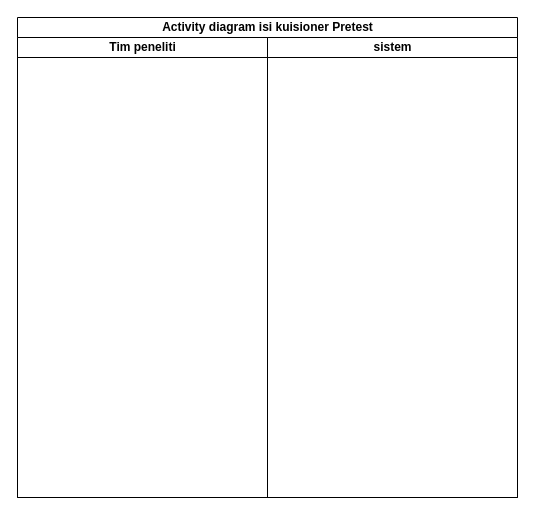
zzarr/Tugas-Akhir keeps this draw.io diagram as Activity_diagram_isi_pretest.drawio. Above is the earlier version. Source tidied: cells renumbered, new cells numbered last; positions are measured from the earlier drawing's top-left corner, leaving out a move shared by most shapes. Both pictures are drawn from the tidied source at 100%, with x=0, y=0 at pixel (17, 17).
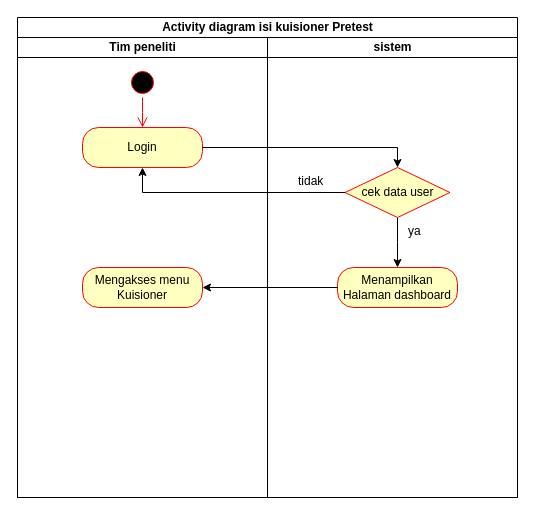
Above is the later version.

Diff of the diagram source:
```diff
@@
 <mxGraphModel>
   <root>
     <mxCell id="0" />
     <mxCell id="1" parent="0" />
     <mxCell id="2" value="Activity diagram isi kuisioner Pretest" style="swimlane;startSize=20;html=1;" parent="1" vertex="1">
       <mxGeometry width="500" height="480" as="geometry" />
     </mxCell>
     <mxCell id="3" value="Tim peneliti" style="swimlane;startSize=20;html=1;" parent="2" vertex="1">
       <mxGeometry y="20" width="250" height="460" as="geometry" />
     </mxCell>
+    <mxCell id="5" style="ellipse;html=1;shape=startState;fillColor=#000000;strokeColor=#ff0000;" parent="3" vertex="1">
+      <mxGeometry x="110" y="30" width="30" height="30" as="geometry" />
+    </mxCell>
+    <mxCell id="6" style="edgeStyle=orthogonalEdgeStyle;html=1;verticalAlign=bottom;endArrow=open;endSize=8;strokeColor=#ff0000;rounded=0;" parent="3" edge="1" source="5">
+      <mxGeometry relative="1" as="geometry">
+        <mxPoint x="125" y="90" as="targetPoint" />
+      </mxGeometry>
+    </mxCell>
+    <mxCell id="7" value="Login" style="rounded=1;whiteSpace=wrap;html=1;arcSize=40;fontColor=#000000;fillColor=#ffffc0;strokeColor=#ff0000;" parent="3" vertex="1">
+      <mxGeometry x="65" y="90" width="120" height="40" as="geometry" />
+    </mxCell>
+    <mxCell id="8" value="Mengakses menu Kuisioner" style="rounded=1;whiteSpace=wrap;html=1;arcSize=40;fontColor=#000000;fillColor=#ffffc0;strokeColor=#ff0000;" parent="3" vertex="1">
+      <mxGeometry x="65" y="230" width="120" height="40" as="geometry" />
+    </mxCell>
     <mxCell id="4" value="sistem" style="swimlane;startSize=20;html=1;" parent="2" vertex="1">
       <mxGeometry x="250" y="20" width="250" height="460" as="geometry" />
     </mxCell>
+    <mxCell id="9" style="edgeStyle=orthogonalEdgeStyle;rounded=0;jettySize=auto;html=1;exitX=0.5;exitY=1;exitDx=0;exitDy=0;" parent="4" edge="1" source="10">
+      <mxGeometry relative="1" as="geometry">
+        <mxPoint x="130" y="230" as="targetPoint" />
+      </mxGeometry>
+    </mxCell>
+    <mxCell id="10" value="cek data user" style="rhombus;whiteSpace=wrap;html=1;fontColor=#000000;fillColor=#ffffc0;strokeColor=#ff0000;" parent="4" vertex="1">
+      <mxGeometry x="77.5" y="130" width="105" height="50" as="geometry" />
+    </mxCell>
+    <mxCell id="11" value="ya" style="text;strokeColor=none;fillColor=none;spacingLeft=4;spacingRight=4;overflow=hidden;fontSize=12;whiteSpace=wrap;html=1;" parent="4" vertex="1">
+      <mxGeometry x="135" y="180" width="40" height="30" as="geometry" />
+    </mxCell>
+    <mxCell id="12" value="tidak" style="text;strokeColor=none;fillColor=none;spacingLeft=4;spacingRight=4;overflow=hidden;fontSize=12;whiteSpace=wrap;html=1;" parent="4" vertex="1">
+      <mxGeometry x="25" y="130" width="40" height="30" as="geometry" />
+    </mxCell>
+    <mxCell id="13" value="Menampilkan Halaman dashboard" style="rounded=1;whiteSpace=wrap;html=1;arcSize=40;fontColor=#000000;fillColor=#ffffc0;strokeColor=#ff0000;" parent="4" vertex="1">
+      <mxGeometry x="70" y="230" width="120" height="40" as="geometry" />
+    </mxCell>
+    <mxCell id="14" style="edgeStyle=orthogonalEdgeStyle;rounded=0;jettySize=auto;html=1;exitX=0;exitY=0.5;exitDx=0;exitDy=0;entryX=0.5;entryY=1;entryDx=0;entryDy=0;" parent="2" edge="1" source="10" target="7">
+      <mxGeometry relative="1" as="geometry" />
+    </mxCell>
+    <mxCell id="15" style="edgeStyle=orthogonalEdgeStyle;rounded=0;jettySize=auto;html=1;exitX=1;exitY=0.5;exitDx=0;exitDy=0;entryX=0.5;entryY=0;entryDx=0;entryDy=0;" parent="2" edge="1" source="7" target="10">
+      <mxGeometry relative="1" as="geometry" />
+    </mxCell>
+    <mxCell id="16" style="edgeStyle=orthogonalEdgeStyle;rounded=0;jettySize=auto;html=1;exitX=0;exitY=0.5;exitDx=0;exitDy=0;entryX=1;entryY=0.5;entryDx=0;entryDy=0;" parent="2" edge="1" source="13" target="8">
+      <mxGeometry relative="1" as="geometry" />
+    </mxCell>
   </root>
 </mxGraphModel>
```
